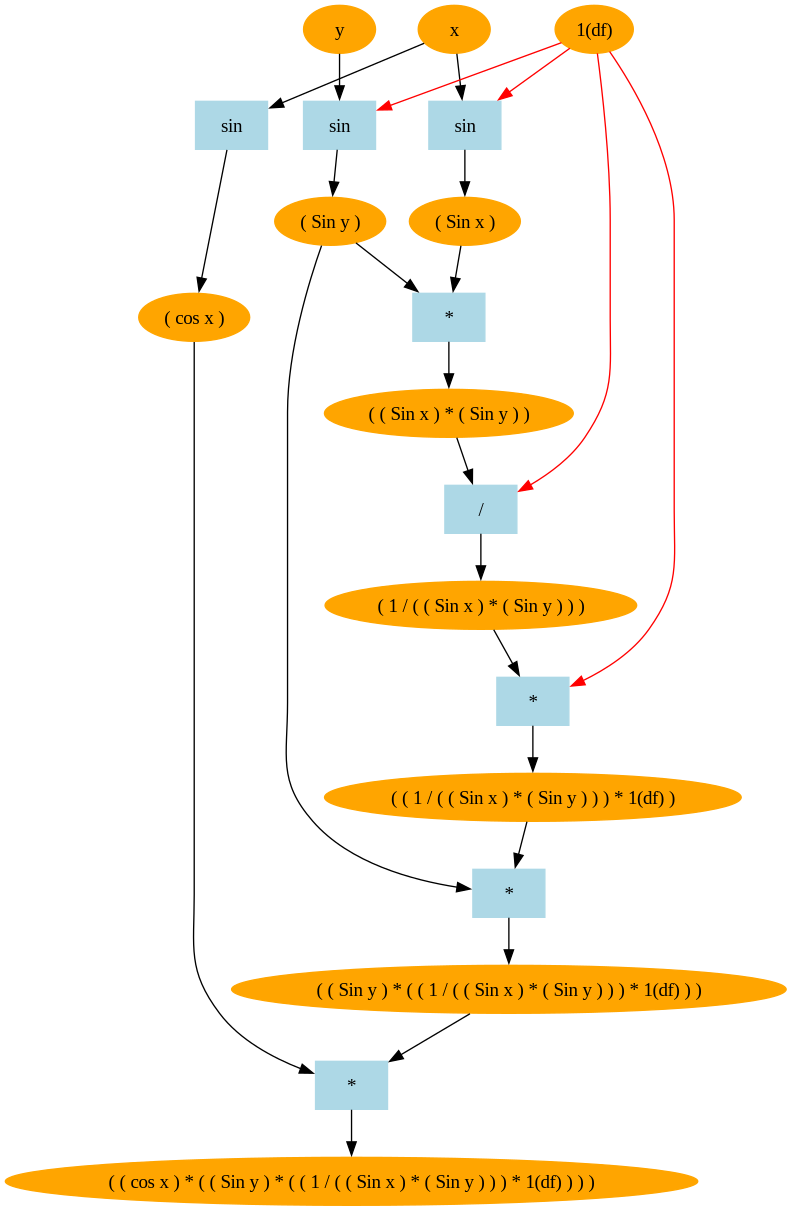
Before: gx.png, a diagram exported from Graphviz (xianjunzhengbackup/ScalaCode). Its source is kept beside it as gx.dot.
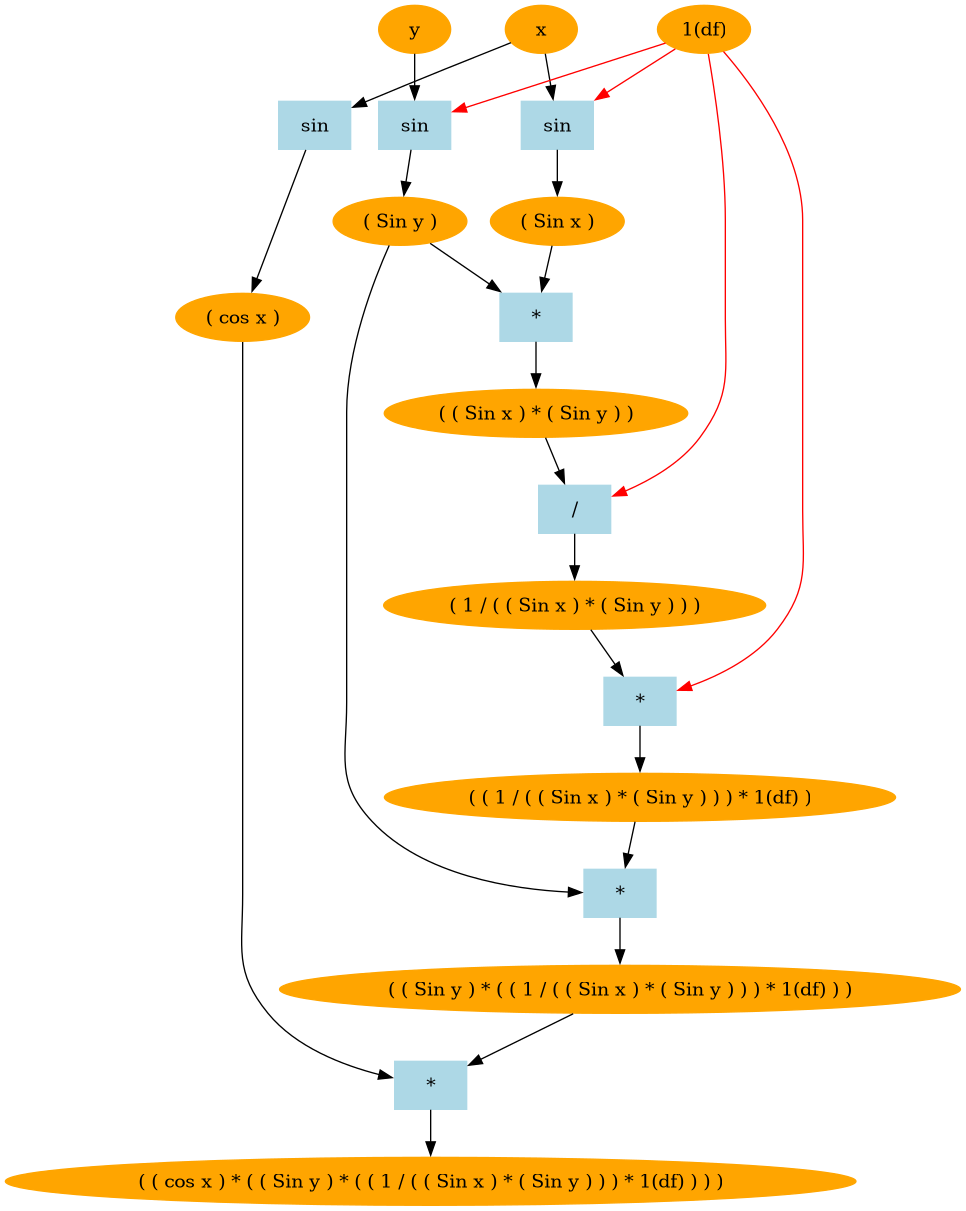
Above is the later version.

The edit, as a diff of the source:
```diff
@@ -1,57 +1,57 @@
 strict digraph {
-1723822701713 [label="( ( cos x ) * ( ( Sin y ) * ( ( 1 / ( ( Sin x ) * ( Sin y ) ) ) * 1(df) ) ) )",color=orange,style=filled]
-1725143798614 [label="*", color=lightblue,style=filled,shape=box]
-1725143798614 -> 1723822701713
-1726197814721 -> 1725143798614[color=black]
-1726197814721 [label="( cos x )",color=orange,style=filled]
-1723001677254 [label="sin", color=lightblue,style=filled,shape=box]
-1723001677254 -> 1726197814721
-1724984759287 -> 1723001677254[color=black]
-1724984759287 [label="x",color=orange,style=filled]
-1724984759287 -> 1723001677254[color=black]
-1724984759287 [label="x",color=orange,style=filled]
-1727075462640 -> 1725143798614[color=black]
-1727075462640 [label="( ( Sin y ) * ( ( 1 / ( ( Sin x ) * ( Sin y ) ) ) * 1(df) ) )",color=orange,style=filled]
-1726787845626 [label="*", color=lightblue,style=filled,shape=box]
-1726787845626 -> 1727075462640
-1725310956220 -> 1726787845626[color=black]
-1725310956220 [label="( Sin y )",color=orange,style=filled]
-1726548396774 [label="sin", color=lightblue,style=filled,shape=box]
-1726548396774 -> 1725310956220
-null -> 1726548396774[color=red]
+1724719627355 [label="( ( cos x ) * ( ( Sin y ) * ( ( 1 / ( ( Sin x ) * ( Sin y ) ) ) * 1(df) ) ) )",color=orange,style=filled]
+1725024983816 [label="*", color=lightblue,style=filled,shape=box]
+1725024983816 -> 1724719627355
+1725266338863 -> 1725024983816[color=black]
+1725266338863 [label="( cos x )",color=orange,style=filled]
+1726649876237 [label="sin", color=lightblue,style=filled,shape=box]
+1726649876237 -> 1725266338863
+1724917292402 -> 1726649876237[color=black]
+1724917292402 [label="x",color=orange,style=filled]
+1724917292402 -> 1726649876237[color=black]
+1724917292402 [label="x",color=orange,style=filled]
+1724541160181 -> 1725024983816[color=black]
+1724541160181 [label="( ( Sin y ) * ( ( 1 / ( ( Sin x ) * ( Sin y ) ) ) * 1(df) ) )",color=orange,style=filled]
+1723803391952 [label="*", color=lightblue,style=filled,shape=box]
+1723803391952 -> 1724541160181
+1725529063796 -> 1723803391952[color=black]
+1725529063796 [label="( Sin y )",color=orange,style=filled]
+1723064034013 [label="sin", color=lightblue,style=filled,shape=box]
+1723064034013 -> 1725529063796
+null -> 1723064034013[color=red]
 null [label="",color=orange,style=filled]
-1727040709198 -> 1726548396774[color=black]
-1727040709198 [label="y",color=orange,style=filled]
-1724078036504 -> 1726787845626[color=black]
-1724078036504 [label="( ( 1 / ( ( Sin x ) * ( Sin y ) ) ) * 1(df) )",color=orange,style=filled]
-1725540783563 [label="*", color=lightblue,style=filled,shape=box]
-1725540783563 -> 1724078036504
-1724579083339 -> 1725540783563[color=black]
-1724579083339 [label="( 1 / ( ( Sin x ) * ( Sin y ) ) )",color=orange,style=filled]
-1725875092334 [label="/", color=lightblue,style=filled,shape=box]
-1725875092334 -> 1724579083339
-null -> 1725875092334[color=red]
+1723884531786 -> 1723064034013[color=black]
+1723884531786 [label="y",color=orange,style=filled]
+1725220231077 -> 1723803391952[color=black]
+1725220231077 [label="( ( 1 / ( ( Sin x ) * ( Sin y ) ) ) * 1(df) )",color=orange,style=filled]
+1723825418684 [label="*", color=lightblue,style=filled,shape=box]
+1723825418684 -> 1725220231077
+1725109339661 -> 1723825418684[color=black]
+1725109339661 [label="( 1 / ( ( Sin x ) * ( Sin y ) ) )",color=orange,style=filled]
+1723019177093 [label="/", color=lightblue,style=filled,shape=box]
+1723019177093 -> 1725109339661
+null -> 1723019177093[color=red]
 null [label="1",color=orange,style=filled]
-1722957645287 -> 1725875092334[color=black]
-1722957645287 [label="( ( Sin x ) * ( Sin y ) )",color=orange,style=filled]
-1725677605373 [label="*", color=lightblue,style=filled,shape=box]
-1725677605373 -> 1722957645287
-1726562638454 -> 1725677605373[color=black]
-1726562638454 [label="( Sin x )",color=orange,style=filled]
-1724892825990 [label="sin", color=lightblue,style=filled,shape=box]
-1724892825990 -> 1726562638454
-null -> 1724892825990[color=red]
+1722961022944 -> 1723019177093[color=black]
+1722961022944 [label="( ( Sin x ) * ( Sin y ) )",color=orange,style=filled]
+1726702398150 [label="*", color=lightblue,style=filled,shape=box]
+1726702398150 -> 1722961022944
+1724199198105 -> 1726702398150[color=black]
+1724199198105 [label="( Sin x )",color=orange,style=filled]
+1723709379283 [label="sin", color=lightblue,style=filled,shape=box]
+1723709379283 -> 1724199198105
+null -> 1723709379283[color=red]
 null [label="",color=orange,style=filled]
-1724984759287 -> 1724892825990[color=black]
-1724984759287 [label="x",color=orange,style=filled]
-1725310956220 -> 1725677605373[color=black]
-1725310956220 [label="( Sin y )",color=orange,style=filled]
-1726548396774 [label="sin", color=lightblue,style=filled,shape=box]
-1726548396774 -> 1725310956220
-null -> 1726548396774[color=red]
+1724917292402 -> 1723709379283[color=black]
+1724917292402 [label="x",color=orange,style=filled]
+1725529063796 -> 1726702398150[color=black]
+1725529063796 [label="( Sin y )",color=orange,style=filled]
+1723064034013 [label="sin", color=lightblue,style=filled,shape=box]
+1723064034013 -> 1725529063796
+null -> 1723064034013[color=red]
 null [label="",color=orange,style=filled]
-1727040709198 -> 1726548396774[color=black]
-1727040709198 [label="y",color=orange,style=filled]
-null -> 1725540783563[color=red]
+1723884531786 -> 1723064034013[color=black]
+1723884531786 [label="y",color=orange,style=filled]
+null -> 1723825418684[color=red]
 null [label="1(df)",color=orange,style=filled]
 }
```
